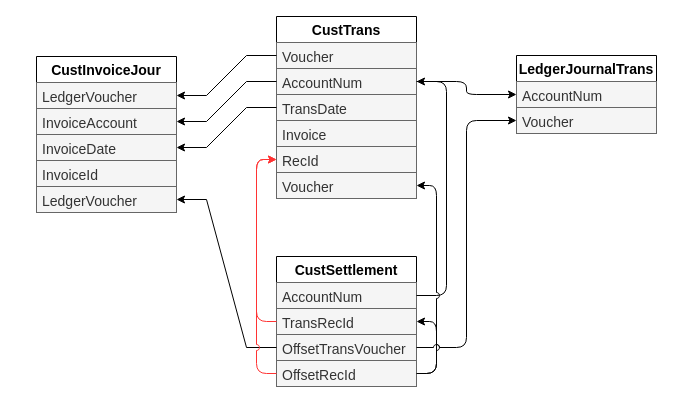
CatAnd0/book.ars keeps this draw.io diagram as CustsettlementLinks.drawio. Above is the earlier version. Source tidied: cells renumbered, new cells numbered last; positions are measured from the earlier drawing's top-left corner, leaving out a move shared by most shapes. Both pictures are drawn from the tidied source at 100%, with x=0, y=0 at pixel (36, 16).
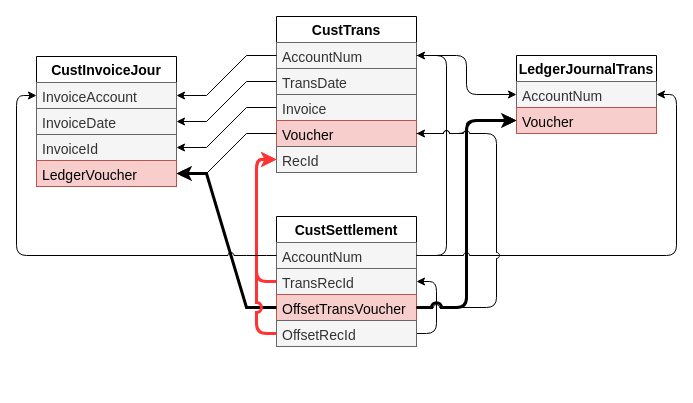
The same diagram, later.

Unchanged cells that the change refers to:
```xml
<mxCell id="13" value="RecId" style="text;strokeColor=#666666;fillColor=#f5f5f5;align=left;verticalAlign=top;spacingLeft=4;spacingRight=4;overflow=hidden;points=[[0,0.5],[1,0.5]];portConstraint=eastwest;fontSize=14;fontColor=#333333;" parent="8" vertex="1">
  <mxGeometry y="130" width="140" height="26" as="geometry" />
</mxCell>
<mxCell id="18" value="LedgerJournalTrans" style="swimlane;fontStyle=1;horizontal=1;startSize=26;fillColor=none;fontSize=14;" parent="1" vertex="1">
  <mxGeometry x="480" y="39" width="140" height="78" as="geometry" />
</mxCell>
<mxCell id="22" value="AccountNum" style="text;align=left;verticalAlign=top;spacingLeft=4;spacingRight=4;overflow=hidden;points=[[0,0.5],[1,0.5]];portConstraint=eastwest;fontSize=14;fillColor=#f5f5f5;fontColor=#333333;strokeColor=#666666;" parent="21" vertex="1">
  <mxGeometry y="26" width="140" height="26" as="geometry" />
</mxCell>
<mxCell id="23" value="TransRecId" style="text;align=left;verticalAlign=top;spacingLeft=4;spacingRight=4;overflow=hidden;points=[[0,0.5],[1,0.5]];portConstraint=eastwest;fontSize=14;fillColor=#f5f5f5;fontColor=#333333;strokeColor=#666666;" parent="21" vertex="1">
  <mxGeometry y="52" width="140" height="26" as="geometry" />
</mxCell>
<mxCell id="26" value="OffsetRecId" style="text;align=left;verticalAlign=top;spacingLeft=4;spacingRight=4;overflow=hidden;points=[[0,0.5],[1,0.5]];portConstraint=eastwest;fontSize=14;fillColor=#f5f5f5;fontColor=#333333;strokeColor=#666666;" parent="21" vertex="1">
  <mxGeometry y="104" width="140" height="26" as="geometry" />
</mxCell>
```

What changed in the source:
```diff
@@
-    <mxCell id="2" value="CustInvoiceJour" style="swimlane;fontStyle=1;horizontal=1;startSize=26;fontSize=14;" parent="1" vertex="1">
-      <mxGeometry y="40" width="140" height="156" as="geometry" />
+    <mxCell id="2" value="CustInvoiceJour" style="swimlane;fontStyle=1;horizontal=1;startSize=26;fontSize=14;swimlaneLine=1;fillColor=default;" parent="1" vertex="1">
+      <mxGeometry y="40" width="140" height="130" as="geometry" />
     </mxCell>
-    <mxCell id="3" value="LedgerVoucher" style="text;strokeColor=#666666;fillColor=#f5f5f5;align=left;verticalAlign=top;spacingLeft=4;spacingRight=4;overflow=hidden;points=[[0,0.5],[1,0.5]];portConstraint=eastwest;fontSize=14;fontColor=#333333;" parent="2" vertex="1">
-      <mxGeometry y="26" width="140" height="26" as="geometry" />
-    </mxCell>
     <mxCell id="4" value="InvoiceAccount" style="text;strokeColor=#666666;fillColor=#f5f5f5;align=left;verticalAlign=top;spacingLeft=4;spacingRight=4;overflow=hidden;points=[[0,0.5],[1,0.5]];portConstraint=eastwest;fontSize=14;fontColor=#333333;" parent="2" vertex="1">
-      <mxGeometry y="52" width="140" height="26" as="geometry" />
+      <mxGeometry y="26" width="140" height="26" as="geometry" />
     </mxCell>
     <mxCell id="5" value="InvoiceDate" style="text;strokeColor=#666666;fillColor=#f5f5f5;align=left;verticalAlign=top;spacingLeft=4;spacingRight=4;overflow=hidden;points=[[0,0.5],[1,0.5]];portConstraint=eastwest;fontSize=14;fontColor=#333333;" parent="2" vertex="1">
-      <mxGeometry y="78" width="140" height="26" as="geometry" />
+      <mxGeometry y="52" width="140" height="26" as="geometry" />
     </mxCell>
     <mxCell id="6" value="InvoiceId    " style="text;strokeColor=#666666;fillColor=#f5f5f5;align=left;verticalAlign=top;spacingLeft=4;spacingRight=4;overflow=hidden;points=[[0,0.5],[1,0.5]];portConstraint=eastwest;fontSize=14;fontColor=#333333;" parent="2" vertex="1">
-      <mxGeometry y="104" width="140" height="26" as="geometry" />
+      <mxGeometry y="78" width="140" height="26" as="geometry" />
     </mxCell>
-    <mxCell id="7" value="LedgerVoucher" style="text;strokeColor=#666666;fillColor=#f5f5f5;align=left;verticalAlign=top;spacingLeft=4;spacingRight=4;overflow=hidden;points=[[0,0.5],[1,0.5]];portConstraint=eastwest;fontSize=14;fontColor=#333333;" parent="2" vertex="1">
-      <mxGeometry y="130" width="140" height="26" as="geometry" />
+    <mxCell id="7" value="LedgerVoucher" style="text;strokeColor=#b85450;fillColor=#f8cecc;align=left;verticalAlign=top;spacingLeft=4;spacingRight=4;overflow=hidden;points=[[0,0.5],[1,0.5]];portConstraint=eastwest;fontSize=14;" parent="2" vertex="1">
+      <mxGeometry y="104" width="140" height="26" as="geometry" />
     </mxCell>
     <mxCell id="8" value="CustTrans" style="swimlane;fontStyle=1;horizontal=1;startSize=26;fillColor=none;fontSize=14;" parent="1" vertex="1">
-      <mxGeometry x="240" width="140" height="182" as="geometry" />
+      <mxGeometry x="240" width="140" height="156" as="geometry" />
     </mxCell>
-    <mxCell id="9" value="Voucher" style="text;strokeColor=#666666;fillColor=#f5f5f5;align=left;verticalAlign=top;spacingLeft=4;spacingRight=4;overflow=hidden;points=[[0,0.5],[1,0.5]];portConstraint=eastwest;fontSize=14;fontColor=#333333;" parent="8" vertex="1">
-      <mxGeometry y="26" width="140" height="26" as="geometry" />
-    </mxCell>
     <mxCell id="10" value="AccountNum" style="text;strokeColor=#666666;fillColor=#f5f5f5;align=left;verticalAlign=top;spacingLeft=4;spacingRight=4;overflow=hidden;points=[[0,0.5],[1,0.5]];portConstraint=eastwest;fontSize=14;fontColor=#333333;" parent="8" vertex="1">
-      <mxGeometry y="52" width="140" height="26" as="geometry" />
+      <mxGeometry y="26" width="140" height="26" as="geometry" />
     </mxCell>
     <mxCell id="11" value="TransDate" style="text;strokeColor=#666666;fillColor=#f5f5f5;align=left;verticalAlign=top;spacingLeft=4;spacingRight=4;overflow=hidden;points=[[0,0.5],[1,0.5]];portConstraint=eastwest;fontSize=14;fontColor=#333333;" parent="8" vertex="1">
-      <mxGeometry y="78" width="140" height="26" as="geometry" />
+      <mxGeometry y="52" width="140" height="26" as="geometry" />
     </mxCell>
     <mxCell id="12" value="Invoice" style="text;strokeColor=#666666;fillColor=#f5f5f5;align=left;verticalAlign=top;spacingLeft=4;spacingRight=4;overflow=hidden;points=[[0,0.5],[1,0.5]];portConstraint=eastwest;fontSize=14;fontColor=#333333;" parent="8" vertex="1">
-      <mxGeometry y="104" width="140" height="26" as="geometry" />
+      <mxGeometry y="78" width="140" height="26" as="geometry" />
     </mxCell>
+    <mxCell id="9" value="Voucher" style="text;strokeColor=#b85450;fillColor=#f8cecc;align=left;verticalAlign=top;spacingLeft=4;spacingRight=4;overflow=hidden;points=[[0,0.5],[1,0.5]];portConstraint=eastwest;fontSize=14;" parent="8" vertex="1">
+      <mxGeometry y="104" width="140" height="26" as="geometry" />
+    </mxCell>
@@
-    <mxCell id="14" value="Voucher" style="text;strokeColor=#666666;fillColor=#f5f5f5;align=left;verticalAlign=top;spacingLeft=4;spacingRight=4;overflow=hidden;points=[[0,0.5],[1,0.5]];portConstraint=eastwest;fontSize=14;fontColor=#333333;" parent="8" vertex="1">
-      <mxGeometry y="156" width="140" height="26" as="geometry" />
-    </mxCell>
@@
-    <mxCell id="16" style="rounded=0;jumpStyle=arc;jettySize=auto;html=1;exitX=0;exitY=0.5;exitDx=0;exitDy=0;fontSize=14;strokeColor=default;edgeStyle=entityRelationEdgeStyle;" parent="1" edge="1" source="9" target="3">
+    <mxCell id="16" style="rounded=0;jumpStyle=arc;jettySize=auto;html=1;exitX=0;exitY=0.5;exitDx=0;exitDy=0;fontSize=14;strokeColor=default;edgeStyle=entityRelationEdgeStyle;" parent="1" edge="1" source="9" target="7">
       <mxGeometry relative="1" as="geometry" />
     </mxCell>
@@
-    <mxCell id="20" value="Voucher" style="text;strokeColor=#666666;fillColor=#f5f5f5;align=left;verticalAlign=top;spacingLeft=4;spacingRight=4;overflow=hidden;points=[[0,0.5],[1,0.5]];portConstraint=eastwest;fontSize=14;fontColor=#333333;" parent="18" vertex="1">
+    <mxCell id="20" value="Voucher" style="text;strokeColor=#b85450;fillColor=#f8cecc;align=left;verticalAlign=top;spacingLeft=4;spacingRight=4;overflow=hidden;points=[[0,0.5],[1,0.5]];portConstraint=eastwest;fontSize=14;" parent="18" vertex="1">
       <mxGeometry y="52" width="140" height="26" as="geometry" />
     </mxCell>
     <mxCell id="21" value="CustSettlement" style="swimlane;fontStyle=1;horizontal=1;startSize=26;fillColor=none;fontSize=14;" parent="1" vertex="1">
-      <mxGeometry x="240" y="240" width="140" height="130" as="geometry" />
+      <mxGeometry x="240" y="200" width="140" height="130" as="geometry" />
     </mxCell>
@@
-    <mxCell id="24" value="OffsetTransVoucher" style="text;align=left;verticalAlign=top;spacingLeft=4;spacingRight=4;overflow=hidden;points=[[0,0.5],[1,0.5]];portConstraint=eastwest;fontSize=14;fillColor=#f5f5f5;fontColor=#333333;strokeColor=#666666;" parent="21" vertex="1">
+    <mxCell id="24" value="OffsetTransVoucher" style="text;align=left;verticalAlign=top;spacingLeft=4;spacingRight=4;overflow=hidden;points=[[0,0.5],[1,0.5]];portConstraint=eastwest;fontSize=14;fillColor=#f8cecc;strokeColor=#b85450;" parent="21" vertex="1">
       <mxGeometry y="78" width="140" height="26" as="geometry" />
     </mxCell>
@@
-    <mxCell id="28" style="edgeStyle=entityRelationEdgeStyle;rounded=0;jumpStyle=arc;jettySize=auto;html=1;exitX=0;exitY=0.5;exitDx=0;exitDy=0;fontSize=14;strokeColor=default;" parent="1" edge="1" source="24" target="7">
+    <mxCell id="28" style="edgeStyle=entityRelationEdgeStyle;rounded=0;jumpStyle=arc;jettySize=auto;html=1;exitX=0;exitY=0.5;exitDx=0;exitDy=0;fontSize=14;strokeColor=default;strokeWidth=3;" parent="1" edge="1" source="24" target="7">
       <mxGeometry relative="1" as="geometry" />
     </mxCell>
@@
-    <mxCell id="30" style="sketch=0;jumpStyle=arc;jettySize=auto;html=1;shadow=0;labelBorderColor=none;fontSize=14;strokeColor=default;rounded=1;edgeStyle=orthogonalEdgeStyle;" parent="1" edge="1" source="24" target="20">
+    <mxCell id="30" style="sketch=0;jumpStyle=arc;jettySize=auto;html=1;shadow=0;labelBorderColor=none;fontSize=14;strokeColor=default;rounded=1;edgeStyle=orthogonalEdgeStyle;strokeWidth=3;" parent="1" edge="1" source="24" target="20">
       <mxGeometry relative="1" as="geometry" />
     </mxCell>
-    <mxCell id="31" style="edgeStyle=orthogonalEdgeStyle;rounded=1;sketch=0;jumpStyle=arc;jettySize=auto;html=1;exitX=0;exitY=0.5;exitDx=0;exitDy=0;entryX=0;entryY=0.5;entryDx=0;entryDy=0;shadow=0;labelBorderColor=none;fontSize=14;strokeColor=#FF3333;" parent="1" edge="1" source="23" target="13">
+    <mxCell id="31" style="edgeStyle=orthogonalEdgeStyle;rounded=1;sketch=0;jumpStyle=arc;jettySize=auto;html=1;exitX=0;exitY=0.5;exitDx=0;exitDy=0;entryX=0;entryY=0.5;entryDx=0;entryDy=0;shadow=0;labelBorderColor=none;fontSize=14;strokeColor=#FF3333;strokeWidth=3;" parent="1" edge="1" source="23" target="13">
       <mxGeometry relative="1" as="geometry" />
     </mxCell>
-    <mxCell id="32" style="edgeStyle=orthogonalEdgeStyle;rounded=1;sketch=0;jumpStyle=arc;jettySize=auto;html=1;exitX=0;exitY=0.5;exitDx=0;exitDy=0;entryX=0;entryY=0.5;entryDx=0;entryDy=0;shadow=0;labelBorderColor=none;fontSize=14;strokeColor=#FF3333;" parent="1" edge="1" source="26" target="13">
+    <mxCell id="32" style="edgeStyle=orthogonalEdgeStyle;rounded=1;sketch=0;jumpStyle=arc;jettySize=auto;html=1;exitX=0;exitY=0.5;exitDx=0;exitDy=0;entryX=0;entryY=0.5;entryDx=0;entryDy=0;shadow=0;labelBorderColor=none;fontSize=14;strokeColor=#FF3333;strokeWidth=3;" parent="1" edge="1" source="26" target="13">
       <mxGeometry relative="1" as="geometry" />
     </mxCell>
-    <mxCell id="33" style="edgeStyle=orthogonalEdgeStyle;rounded=1;sketch=0;jumpStyle=arc;jettySize=auto;html=1;exitX=1;exitY=0.5;exitDx=0;exitDy=0;entryX=1;entryY=0.5;entryDx=0;entryDy=0;shadow=0;labelBorderColor=none;fontSize=14;strokeColor=#000000;" parent="1" edge="1" source="26" target="14">
-      <mxGeometry relative="1" as="geometry" />
-    </mxCell>
+    <mxCell id="34" style="edgeStyle=orthogonalEdgeStyle;rounded=1;sketch=0;jumpStyle=arc;jettySize=auto;html=1;exitX=1;exitY=0.5;exitDx=0;exitDy=0;entryX=1;entryY=0.5;entryDx=0;entryDy=0;shadow=0;labelBorderColor=none;fontSize=14;startArrow=none;startFill=0;strokeColor=#000000;strokeWidth=1;" parent="1" edge="1" source="22" target="18">
+      <mxGeometry relative="1" as="geometry" />
+    </mxCell>
+    <mxCell id="35" style="edgeStyle=orthogonalEdgeStyle;rounded=1;sketch=0;jumpStyle=arc;jettySize=auto;html=1;exitX=0;exitY=0.5;exitDx=0;exitDy=0;entryX=0;entryY=0.5;entryDx=0;entryDy=0;shadow=0;labelBorderColor=none;fontSize=14;startArrow=none;startFill=0;strokeColor=default;strokeWidth=1;" parent="1" edge="1" source="22" target="4">
+      <mxGeometry relative="1" as="geometry" />
+    </mxCell>
+    <mxCell id="36" style="edgeStyle=orthogonalEdgeStyle;rounded=1;sketch=0;jumpStyle=arc;jettySize=auto;html=1;exitX=1;exitY=0.5;exitDx=0;exitDy=0;shadow=0;labelBorderColor=none;fontSize=14;startArrow=none;startFill=0;strokeColor=#000000;strokeWidth=1;" parent="1" edge="1" source="9" target="20">
+      <mxGeometry relative="1" as="geometry" />
+    </mxCell>
+    <mxCell id="37" style="rounded=0;sketch=0;jumpStyle=arc;jettySize=auto;html=1;exitX=0;exitY=0.5;exitDx=0;exitDy=0;shadow=0;labelBorderColor=none;fontSize=14;startArrow=none;startFill=0;strokeColor=default;strokeWidth=1;edgeStyle=entityRelationEdgeStyle;" parent="1" edge="1" source="12" target="6">
+      <mxGeometry relative="1" as="geometry" />
+    </mxCell>
+    <mxCell id="38" style="edgeStyle=orthogonalEdgeStyle;rounded=1;sketch=0;jumpStyle=arc;jettySize=auto;html=1;exitX=1;exitY=0.5;exitDx=0;exitDy=0;shadow=0;labelBorderColor=none;fontSize=14;startArrow=none;startFill=0;strokeColor=default;strokeWidth=1;elbow=vertical;entryX=1;entryY=0.5;entryDx=0;entryDy=0;" parent="1" edge="1" source="24" target="9">
+      <mxGeometry relative="1" as="geometry">
+        <Array as="points">
+          <mxPoint x="460" y="291" />
+          <mxPoint x="460" y="117" />
+        </Array>
+      </mxGeometry>
+    </mxCell>
```
